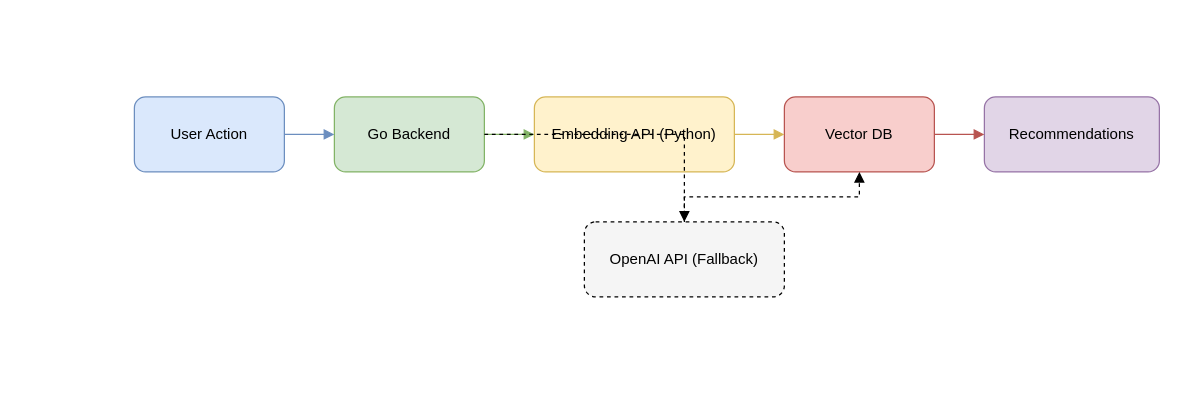
Earlier version of the draw.io diagram docs/arquitetura.drawio (lorenaziviani/affinity_mind). Source tidied: cells renumbered, new cells numbered last; positions are measured from the earlier drawing's top-left corner, leaving out a move shared by most shapes. Both pictures are drawn from the tidied source at 125%, with x=0, y=0 at pixel (134, 96).
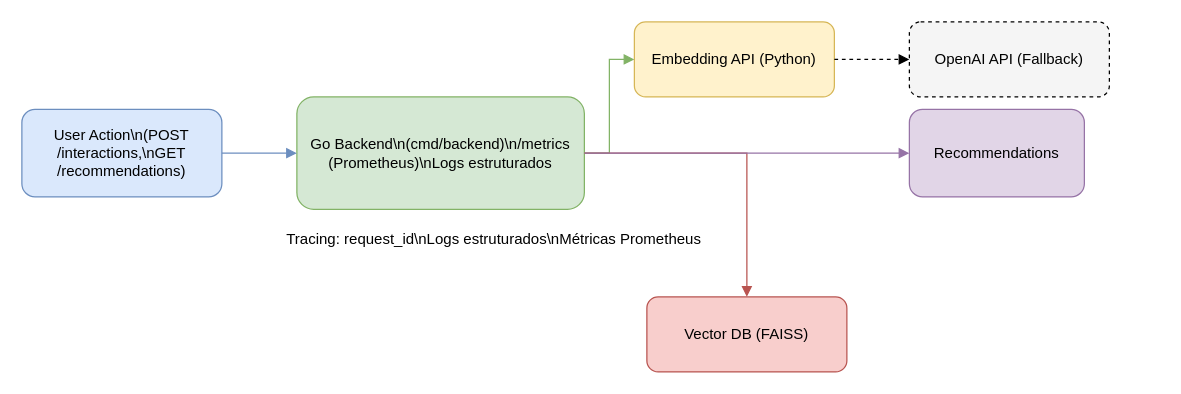
Above is the later version.

Change to the diagram source:
```diff
@@
 <mxGraphModel>
   <root>
     <mxCell id="0" />
     <mxCell id="1" parent="0" />
-    <mxCell id="2" value="User Action" style="rounded=1;whiteSpace=wrap;html=1;fillColor=#dae8fc;strokeColor=#6c8ebf;" parent="1" vertex="1">
-      <mxGeometry width="120" height="60" as="geometry" />
+    <mxCell id="2" value="User Action\n(POST /interactions,\nGET /recommendations)" style="rounded=1;whiteSpace=wrap;html=1;fillColor=#dae8fc;strokeColor=#6c8ebf;" parent="1" vertex="1">
+      <mxGeometry x="-90" y="10" width="160" height="70" as="geometry" />
     </mxCell>
-    <mxCell id="3" value="Go Backend" style="rounded=1;whiteSpace=wrap;html=1;fillColor=#d5e8d4;strokeColor=#82b366;" parent="1" vertex="1">
-      <mxGeometry x="160" width="120" height="60" as="geometry" />
+    <mxCell id="3" value="Go Backend\n(cmd/backend)\n/metrics (Prometheus)\nLogs estruturados" style="rounded=1;whiteSpace=wrap;html=1;fillColor=#d5e8d4;strokeColor=#82b366;" parent="1" vertex="1">
+      <mxGeometry x="130" width="230" height="90" as="geometry" />
     </mxCell>
     <mxCell id="4" value="Embedding API (Python)" style="rounded=1;whiteSpace=wrap;html=1;fillColor=#fff2cc;strokeColor=#d6b656;" parent="1" vertex="1">
-      <mxGeometry x="320" width="160" height="60" as="geometry" />
+      <mxGeometry x="400" y="-60" width="160" height="60" as="geometry" />
     </mxCell>
-    <mxCell id="5" value="Vector DB" style="rounded=1;whiteSpace=wrap;html=1;fillColor=#f8cecc;strokeColor=#b85450;" parent="1" vertex="1">
-      <mxGeometry x="520" width="120" height="60" as="geometry" />
+    <mxCell id="5" value="Vector DB (FAISS)" style="rounded=1;whiteSpace=wrap;html=1;fillColor=#f8cecc;strokeColor=#b85450;" parent="1" vertex="1">
+      <mxGeometry x="410" y="160" width="160" height="60" as="geometry" />
     </mxCell>
     <mxCell id="6" value="Recommendations" style="rounded=1;whiteSpace=wrap;html=1;fillColor=#e1d5e7;strokeColor=#9673a6;" parent="1" vertex="1">
-      <mxGeometry x="680" width="140" height="60" as="geometry" />
+      <mxGeometry x="620" y="10" width="140" height="70" as="geometry" />
     </mxCell>
     <mxCell id="7" style="edgeStyle=orthogonalEdgeStyle;rounded=0;jettySize=auto;html=1;endArrow=block;endFill=1;strokeColor=#6c8ebf;" parent="1" edge="1" source="2" target="3">
       <mxGeometry relative="1" as="geometry" />
     </mxCell>
     <mxCell id="8" style="edgeStyle=orthogonalEdgeStyle;rounded=0;jettySize=auto;html=1;endArrow=block;endFill=1;strokeColor=#82b366;" parent="1" edge="1" source="3" target="4">
       <mxGeometry relative="1" as="geometry" />
     </mxCell>
-    <mxCell id="9" style="edgeStyle=orthogonalEdgeStyle;rounded=0;jettySize=auto;html=1;endArrow=block;endFill=1;strokeColor=#d6b656;" parent="1" edge="1" source="4" target="5">
+    <mxCell id="9" style="edgeStyle=orthogonalEdgeStyle;rounded=0;jettySize=auto;html=1;endArrow=block;endFill=1;strokeColor=#b85450;" parent="1" edge="1" source="3" target="5">
       <mxGeometry relative="1" as="geometry" />
     </mxCell>
-    <mxCell id="10" style="edgeStyle=orthogonalEdgeStyle;rounded=0;jettySize=auto;html=1;endArrow=block;endFill=1;strokeColor=#b85450;" parent="1" edge="1" source="5" target="6">
+    <mxCell id="10" style="edgeStyle=orthogonalEdgeStyle;rounded=0;jettySize=auto;html=1;endArrow=block;endFill=1;strokeColor=#9673a6;" parent="1" edge="1" source="3" target="6">
       <mxGeometry relative="1" as="geometry" />
     </mxCell>
     <mxCell id="11" value="OpenAI API (Fallback)" style="rounded=1;whiteSpace=wrap;html=1;fillColor=#f5f5f5;strokeColor=#000000;dashed=1;" parent="1" vertex="1">
-      <mxGeometry x="360" y="100" width="160" height="60" as="geometry" />
+      <mxGeometry x="620" y="-60" width="160" height="60" as="geometry" />
     </mxCell>
-    <mxCell id="12" style="edgeStyle=orthogonalEdgeStyle;rounded=0;jettySize=auto;html=1;dashed=1;endArrow=block;endFill=1;strokeColor=#000000;" parent="1" edge="1" source="3" target="11">
+    <mxCell id="12" style="edgeStyle=orthogonalEdgeStyle;rounded=0;jettySize=auto;html=1;dashed=1;endArrow=block;endFill=1;strokeColor=#000000;" parent="1" edge="1" source="4" target="11">
       <mxGeometry relative="1" as="geometry">
-        <mxPoint x="480" y="180" as="offset" />
+        <mxPoint x="840" y="110" as="offset" />
       </mxGeometry>
     </mxCell>
-    <mxCell id="13" style="edgeStyle=orthogonalEdgeStyle;rounded=0;jettySize=auto;html=1;dashed=1;endArrow=block;endFill=1;strokeColor=#000000;" parent="1" edge="1" source="11" target="5">
-      <mxGeometry relative="1" as="geometry" />
+    <mxCell id="13" value="Tracing: request_id\nLogs estruturados\nMétricas Prometheus" style="text;html=1;strokeColor=none;fillColor=none;align=left;verticalAlign=top;" parent="1" vertex="1">
+      <mxGeometry x="120" y="100" width="180" height="60" as="geometry" />
     </mxCell>
   </root>
 </mxGraphModel>
```
